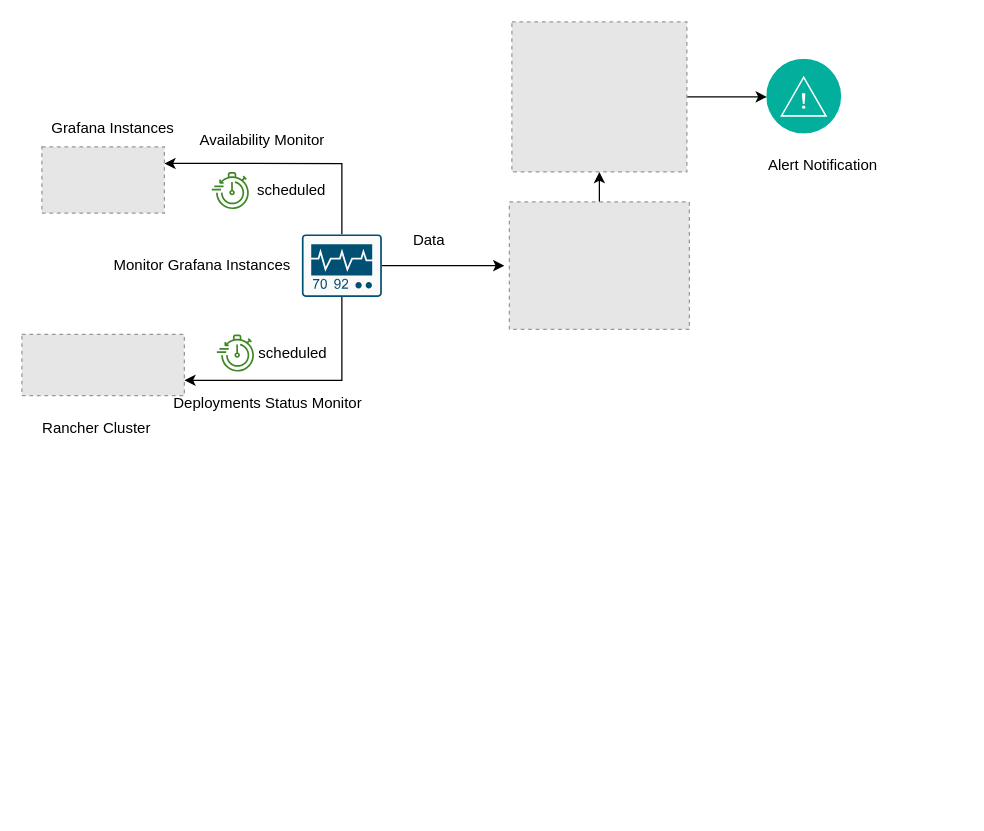
Earlier version of the draw.io diagram Grafana_instances.drawio (wlwwu/moon.github.io). Source tidied: cells renumbered, new cells numbered last; positions are measured from the earlier drawing's top-left corner, leaving out a move shared by most shapes. Both pictures are drawn from the tidied source at 125%, with x=0, y=0 at pixel (21, 21). Pictures stored in the file or linked from it are replaced by grey dashed boxes.
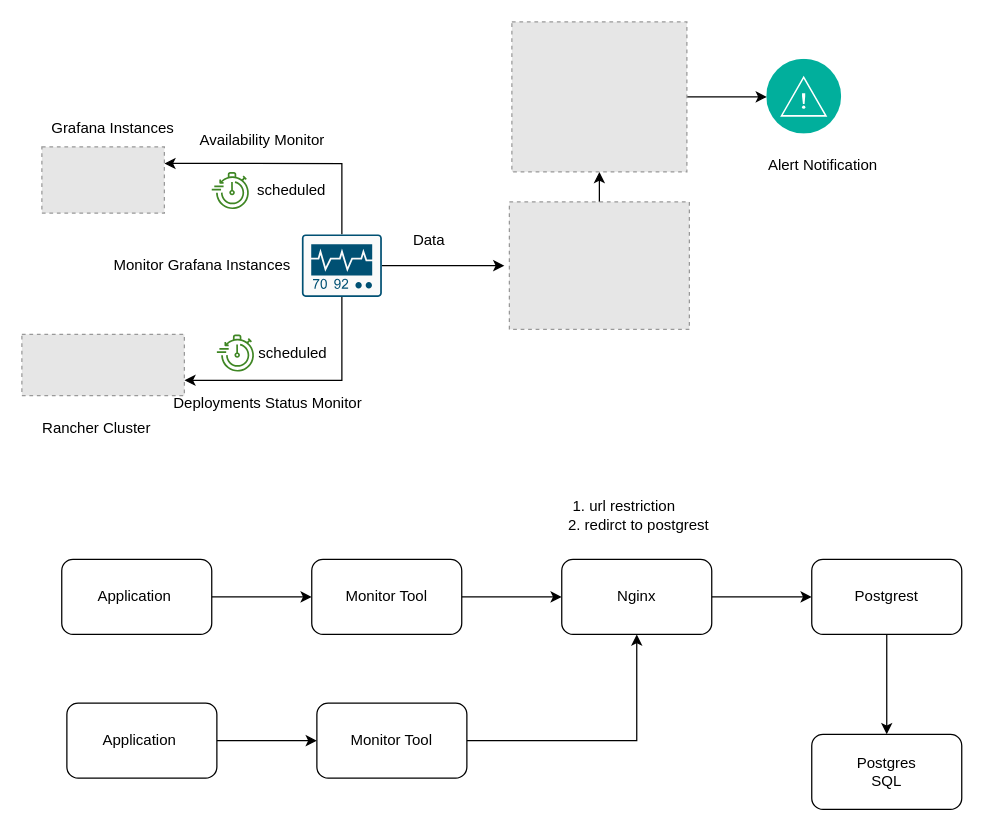
The same diagram, later.

Diff of the diagram source:
```diff
@@
+    <mxCell id="24" style="edgeStyle=orthogonalEdgeStyle;rounded=0;jettySize=auto;html=1;" parent="1" edge="1" source="25" target="27">
+      <mxGeometry relative="1" as="geometry" />
+    </mxCell>
+    <mxCell id="25" value="Application&lt;span style=&quot;white-space: pre&quot;&gt; &lt;/span&gt;" style="rounded=1;whiteSpace=wrap;html=1;" parent="1" vertex="1">
+      <mxGeometry x="31.9" y="430" width="120" height="60" as="geometry" />
+    </mxCell>
+    <mxCell id="26" style="edgeStyle=orthogonalEdgeStyle;rounded=0;jettySize=auto;html=1;" parent="1" edge="1" source="27" target="29">
+      <mxGeometry relative="1" as="geometry" />
+    </mxCell>
+    <mxCell id="27" value="Monitor Tool" style="rounded=1;whiteSpace=wrap;html=1;" parent="1" vertex="1">
+      <mxGeometry x="231.9" y="430" width="120" height="60" as="geometry" />
+    </mxCell>
+    <mxCell id="28" style="edgeStyle=orthogonalEdgeStyle;rounded=0;jettySize=auto;html=1;" parent="1" edge="1" source="29" target="31">
+      <mxGeometry relative="1" as="geometry" />
+    </mxCell>
+    <mxCell id="29" value="Nginx" style="rounded=1;whiteSpace=wrap;html=1;" parent="1" vertex="1">
+      <mxGeometry x="431.9" y="430" width="120" height="60" as="geometry" />
+    </mxCell>
+    <mxCell id="30" style="edgeStyle=orthogonalEdgeStyle;rounded=0;jettySize=auto;html=1;" parent="1" edge="1" source="31" target="32">
+      <mxGeometry relative="1" as="geometry" />
+    </mxCell>
+    <mxCell id="31" value="Postgrest" style="rounded=1;whiteSpace=wrap;html=1;" parent="1" vertex="1">
+      <mxGeometry x="631.9" y="430" width="120" height="60" as="geometry" />
+    </mxCell>
+    <mxCell id="32" value="&lt;div&gt;Postgres&lt;/div&gt;&lt;div&gt;SQL&lt;br&gt;&lt;/div&gt;" style="rounded=1;whiteSpace=wrap;html=1;" parent="1" vertex="1">
+      <mxGeometry x="631.9" y="570" width="120" height="60" as="geometry" />
+    </mxCell>
+    <mxCell id="33" style="edgeStyle=orthogonalEdgeStyle;rounded=0;jettySize=auto;html=1;" parent="1" edge="1" source="34" target="36">
+      <mxGeometry relative="1" as="geometry" />
+    </mxCell>
+    <mxCell id="34" value="Application&lt;span style=&quot;white-space: pre&quot;&gt; &lt;/span&gt;" style="rounded=1;whiteSpace=wrap;html=1;" parent="1" vertex="1">
+      <mxGeometry x="36" y="545" width="120" height="60" as="geometry" />
+    </mxCell>
+    <mxCell id="35" style="edgeStyle=orthogonalEdgeStyle;rounded=0;jettySize=auto;html=1;entryX=0.5;entryY=1;entryDx=0;entryDy=0;" parent="1" edge="1" source="36" target="29">
+      <mxGeometry relative="1" as="geometry" />
+    </mxCell>
+    <mxCell id="36" value="Monitor Tool" style="whiteSpace=wrap;html=1;rounded=1;" parent="1" vertex="1">
+      <mxGeometry x="236" y="545" width="120" height="60" as="geometry" />
+    </mxCell>
+    <mxCell id="37" value="&lt;div&gt;1. url restriction&lt;/div&gt;&lt;div&gt;&amp;nbsp;&amp;nbsp;&amp;nbsp;&amp;nbsp;&amp;nbsp;&amp;nbsp; 2. redirct to postgrest&lt;br&gt;&lt;/div&gt;" style="text;html=1;strokeColor=none;fillColor=none;align=center;verticalAlign=middle;whiteSpace=wrap;rounded=0;" parent="1" vertex="1">
+      <mxGeometry x="411.9" y="360" width="140" height="70" as="geometry" />
+    </mxCell>
```
